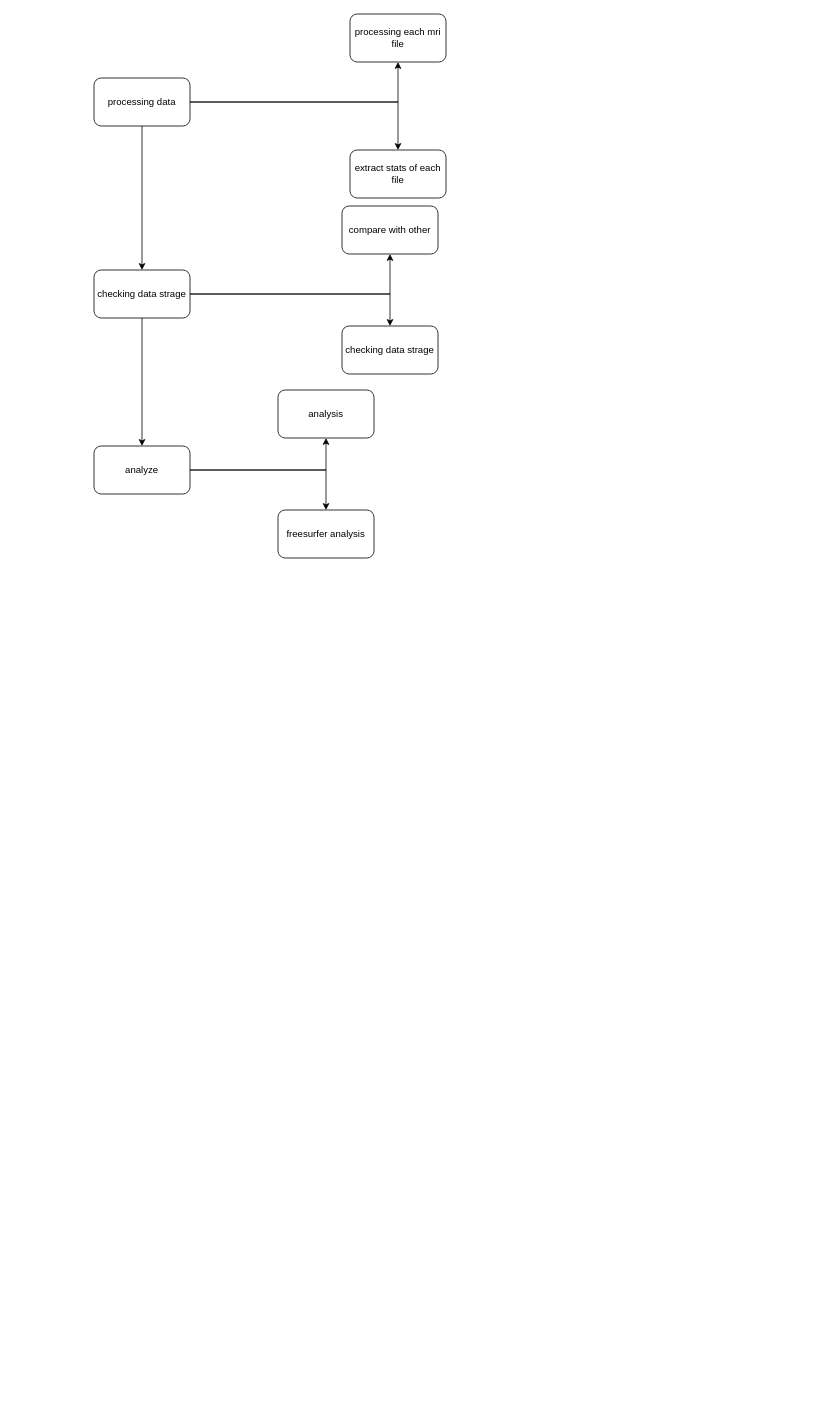
alexhanganu/nimb keeps this draw.io diagram as v02003/module-graph.drawio. Above is the earlier version. Source tidied: cells renumbered, new cells numbered last; positions are measured from the earlier drawing's top-left corner, leaving out a move shared by most shapes. Both pictures are drawn from the tidied source at 80%, with x=0, y=0 at pixel (94, 14).
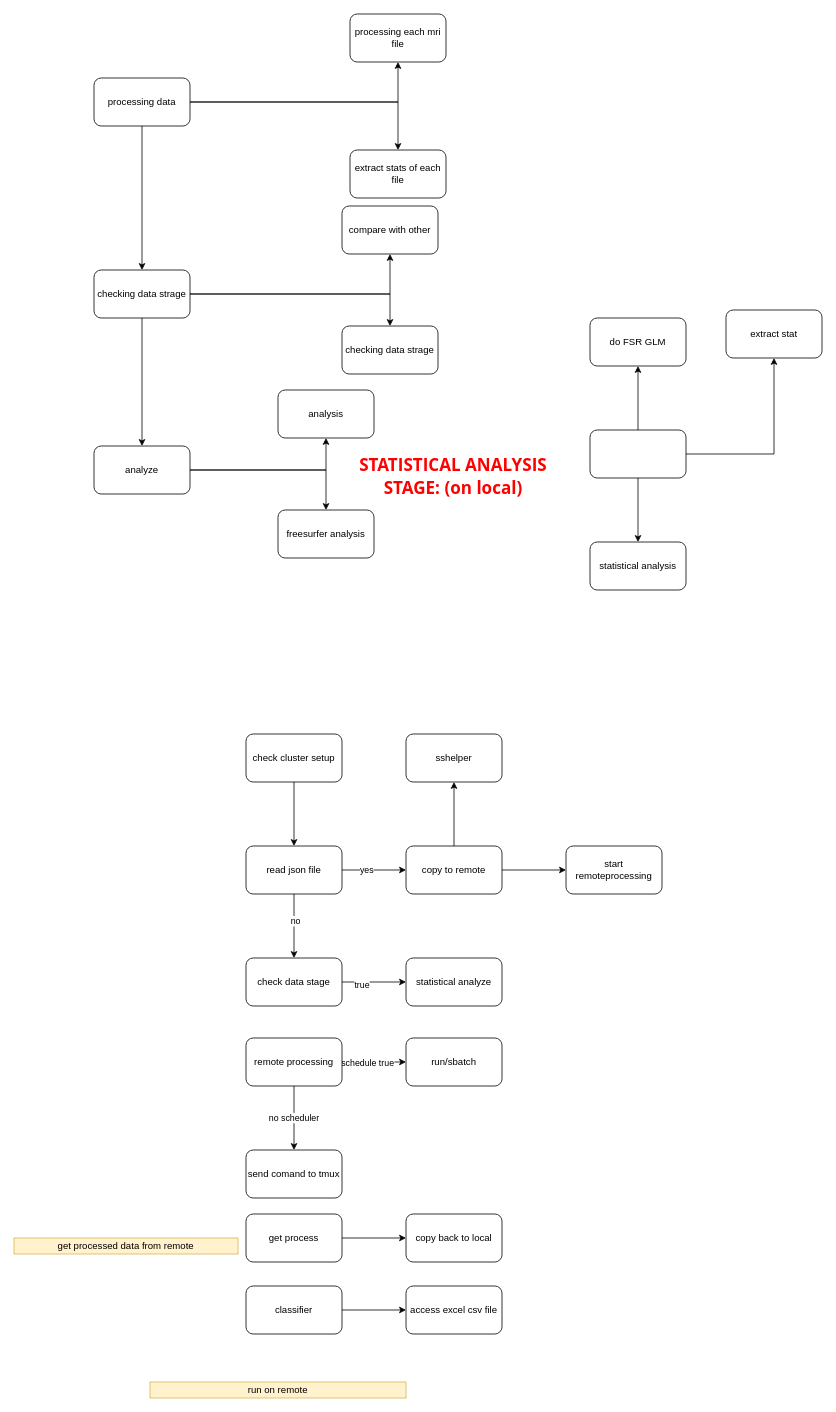
After the change.

Commit message (it also covers changes not shown here):
update module graph

Change to the diagram source:
```diff
@@
+    <mxCell id="19" style="edgeStyle=orthogonalEdgeStyle;rounded=0;jettySize=auto;html=1;" parent="1" edge="1" source="20" target="25">
+      <mxGeometry relative="1" as="geometry" />
+    </mxCell>
+    <mxCell id="20" value="check cluster setup" style="rounded=1;whiteSpace=wrap;html=1;" parent="1" vertex="1">
+      <mxGeometry x="190" y="900" width="120" height="60" as="geometry" />
+    </mxCell>
+    <mxCell id="21" style="edgeStyle=orthogonalEdgeStyle;rounded=0;jettySize=auto;html=1;" parent="1" edge="1" source="25" target="32">
+      <mxGeometry relative="1" as="geometry" />
+    </mxCell>
+    <mxCell id="22" value="yes" style="edgeLabel;html=1;align=center;verticalAlign=middle;" parent="21" vertex="1">
+      <mxGeometry x="-0.25" y="1" relative="1" as="geometry" />
+    </mxCell>
+    <mxCell id="23" style="edgeStyle=orthogonalEdgeStyle;rounded=0;jettySize=auto;html=1;" parent="1" edge="1" source="25" target="28">
+      <mxGeometry relative="1" as="geometry" />
+    </mxCell>
+    <mxCell id="24" value="no" style="edgeLabel;html=1;align=center;verticalAlign=middle;" parent="23" vertex="1">
+      <mxGeometry x="-0.17" y="1" relative="1" as="geometry" />
+    </mxCell>
+    <mxCell id="25" value="read json file" style="rounded=1;whiteSpace=wrap;html=1;" parent="1" vertex="1">
+      <mxGeometry x="190" y="1040" width="120" height="60" as="geometry" />
+    </mxCell>
+    <mxCell id="26" style="edgeStyle=orthogonalEdgeStyle;rounded=0;jettySize=auto;html=1;" parent="1" edge="1" source="28" target="29">
+      <mxGeometry relative="1" as="geometry" />
+    </mxCell>
+    <mxCell id="27" value="true" style="edgeLabel;html=1;align=center;verticalAlign=middle;" parent="26" vertex="1">
+      <mxGeometry x="-0.4" y="-3" relative="1" as="geometry" />
+    </mxCell>
+    <mxCell id="28" value="check data stage" style="rounded=1;whiteSpace=wrap;html=1;" parent="1" vertex="1">
+      <mxGeometry x="190" y="1180" width="120" height="60" as="geometry" />
+    </mxCell>
+    <mxCell id="29" value="statistical analyze" style="rounded=1;whiteSpace=wrap;html=1;" parent="1" vertex="1">
+      <mxGeometry x="390" y="1180" width="120" height="60" as="geometry" />
+    </mxCell>
+    <mxCell id="30" style="edgeStyle=orthogonalEdgeStyle;rounded=0;jettySize=auto;html=1;" parent="1" edge="1" source="32" target="34">
+      <mxGeometry relative="1" as="geometry" />
+    </mxCell>
+    <mxCell id="31" style="edgeStyle=orthogonalEdgeStyle;rounded=0;jettySize=auto;html=1;" parent="1" edge="1" source="32" target="33">
+      <mxGeometry relative="1" as="geometry" />
+    </mxCell>
+    <mxCell id="32" value="copy to remote" style="rounded=1;whiteSpace=wrap;html=1;" parent="1" vertex="1">
+      <mxGeometry x="390" y="1040" width="120" height="60" as="geometry" />
+    </mxCell>
+    <mxCell id="33" value="sshelper" style="rounded=1;whiteSpace=wrap;html=1;" parent="1" vertex="1">
+      <mxGeometry x="390" y="900" width="120" height="60" as="geometry" />
+    </mxCell>
+    <mxCell id="34" value="start remoteprocessing" style="rounded=1;whiteSpace=wrap;html=1;" parent="1" vertex="1">
+      <mxGeometry x="590" y="1040" width="120" height="60" as="geometry" />
+    </mxCell>
+    <mxCell id="35" style="edgeStyle=orthogonalEdgeStyle;rounded=0;jettySize=auto;html=1;" parent="1" edge="1" source="38" target="40">
+      <mxGeometry relative="1" as="geometry" />
+    </mxCell>
+    <mxCell id="36" value="schedule true" style="edgeLabel;html=1;align=center;verticalAlign=middle;" parent="35" vertex="1">
+      <mxGeometry x="-0.23" relative="1" as="geometry" />
+    </mxCell>
+    <mxCell id="37" value="no scheduler" style="edgeStyle=orthogonalEdgeStyle;rounded=0;jettySize=auto;html=1;" parent="1" edge="1" source="38" target="39">
+      <mxGeometry relative="1" as="geometry" />
+    </mxCell>
+    <mxCell id="38" value="remote processing" style="rounded=1;whiteSpace=wrap;html=1;" parent="1" vertex="1">
+      <mxGeometry x="190" y="1280" width="120" height="60" as="geometry" />
+    </mxCell>
+    <mxCell id="39" value="send comand to tmux" style="rounded=1;whiteSpace=wrap;html=1;" parent="1" vertex="1">
+      <mxGeometry x="190" y="1420" width="120" height="60" as="geometry" />
+    </mxCell>
+    <mxCell id="40" value="run/sbatch" style="rounded=1;whiteSpace=wrap;html=1;" parent="1" vertex="1">
+      <mxGeometry x="390" y="1280" width="120" height="60" as="geometry" />
+    </mxCell>
+    <mxCell id="41" style="edgeStyle=orthogonalEdgeStyle;rounded=0;jettySize=auto;html=1;" parent="1" edge="1" source="42" target="43">
+      <mxGeometry relative="1" as="geometry" />
+    </mxCell>
+    <mxCell id="42" value="get process" style="rounded=1;whiteSpace=wrap;html=1;" parent="1" vertex="1">
+      <mxGeometry x="190" y="1500" width="120" height="60" as="geometry" />
+    </mxCell>
+    <mxCell id="43" value="copy back to local" style="rounded=1;whiteSpace=wrap;html=1;" parent="1" vertex="1">
+      <mxGeometry x="390" y="1500" width="120" height="60" as="geometry" />
+    </mxCell>
+    <mxCell id="44" value="get processed data from remote" style="text;html=1;strokeColor=#d6b656;fillColor=#fff2cc;align=center;verticalAlign=middle;whiteSpace=wrap;rounded=0;" parent="1" vertex="1">
+      <mxGeometry x="-100" y="1530" width="280" height="20" as="geometry" />
+    </mxCell>
+    <mxCell id="45" style="edgeStyle=orthogonalEdgeStyle;rounded=0;jettySize=auto;html=1;" parent="1" edge="1" source="46" target="47">
+      <mxGeometry relative="1" as="geometry" />
+    </mxCell>
+    <mxCell id="46" value="classifier" style="rounded=1;whiteSpace=wrap;html=1;" parent="1" vertex="1">
+      <mxGeometry x="190" y="1590" width="120" height="60" as="geometry" />
+    </mxCell>
+    <mxCell id="47" value="access excel csv file" style="rounded=1;whiteSpace=wrap;html=1;" parent="1" vertex="1">
+      <mxGeometry x="390" y="1590" width="120" height="60" as="geometry" />
+    </mxCell>
+    <mxCell id="48" value="run on remote" style="text;html=1;strokeColor=#d6b656;fillColor=#fff2cc;align=center;verticalAlign=middle;whiteSpace=wrap;rounded=0;" parent="1" vertex="1">
+      <mxGeometry x="70" y="1710" width="320" height="20" as="geometry" />
+    </mxCell>
+    <mxCell id="49" style="edgeStyle=orthogonalEdgeStyle;rounded=0;jettySize=auto;html=1;" parent="1" edge="1" source="52" target="55">
+      <mxGeometry relative="1" as="geometry" />
+    </mxCell>
+    <mxCell id="50" style="edgeStyle=orthogonalEdgeStyle;rounded=0;jettySize=auto;html=1;" parent="1" edge="1" source="52" target="54">
+      <mxGeometry relative="1" as="geometry" />
+    </mxCell>
+    <mxCell id="51" style="edgeStyle=orthogonalEdgeStyle;rounded=0;jettySize=auto;html=1;" parent="1" edge="1" source="52" target="53">
+      <mxGeometry relative="1" as="geometry" />
+    </mxCell>
+    <mxCell id="52" style="rounded=1;whiteSpace=wrap;html=1;" parent="1" vertex="1">
+      <mxGeometry x="620" y="520" width="120" height="60" as="geometry" />
+    </mxCell>
+    <mxCell id="53" value="do FSR GLM" style="rounded=1;whiteSpace=wrap;html=1;" parent="1" vertex="1">
+      <mxGeometry x="620" y="380" width="120" height="60" as="geometry" />
+    </mxCell>
+    <mxCell id="54" value="statistical analysis" style="rounded=1;whiteSpace=wrap;html=1;" parent="1" vertex="1">
+      <mxGeometry x="620" y="660" width="120" height="60" as="geometry" />
+    </mxCell>
+    <mxCell id="55" value="extract stat" style="rounded=1;whiteSpace=wrap;html=1;" parent="1" vertex="1">
+      <mxGeometry x="790" y="370" width="120" height="60" as="geometry" />
+    </mxCell>
+    <mxCell id="56" value="&lt;p class=&quot;MsoNormal&quot; align=&quot;center&quot; style=&quot;margin-bottom: 12.0pt ; text-align: center ; line-height: normal ; background: white&quot;&gt;&lt;b&gt;&lt;span style=&quot;font-size: 16.0pt ; font-family: &amp;quot;segoe ui&amp;quot; , sans-serif ; color: red&quot;&gt;STATISTICAL ANALYSIS&#10;STAGE: (on local)&lt;/span&gt;&lt;/b&gt;&lt;/p&gt;" style="text;whiteSpace=wrap;html=1;" parent="1" vertex="1">
+      <mxGeometry x="330" y="530" width="270" height="90" as="geometry" />
+    </mxCell>
```
